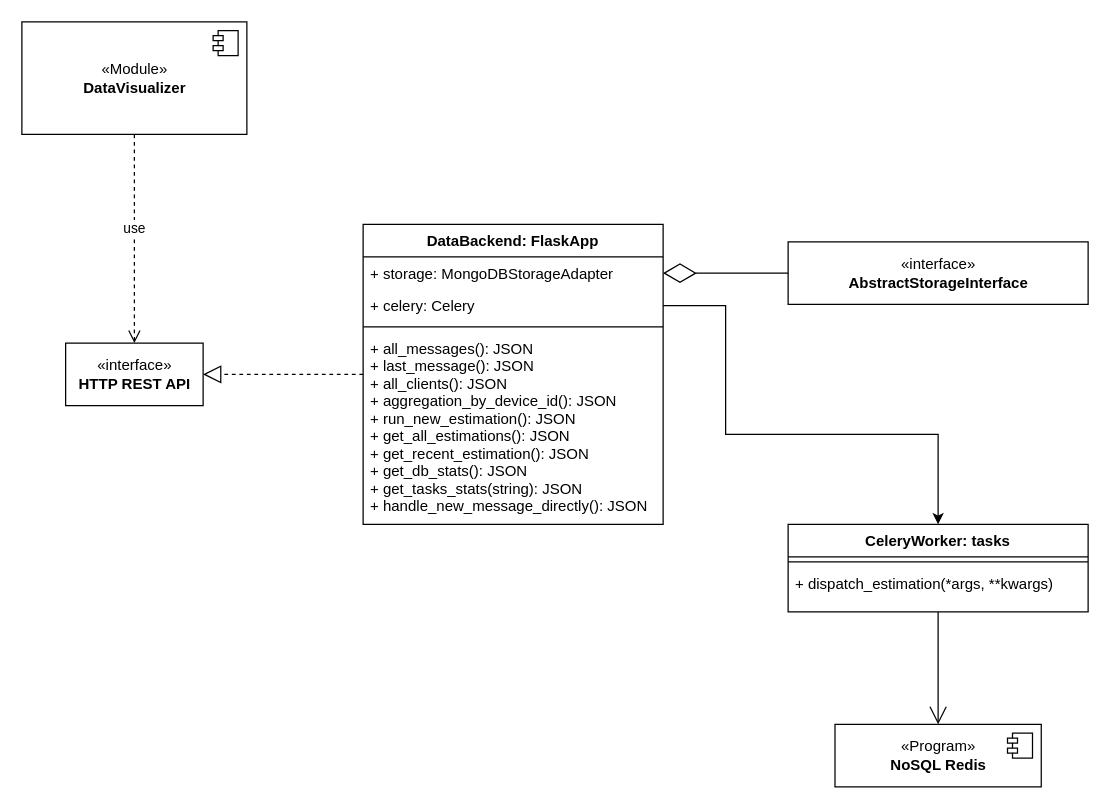
Before: page "ui_subsystem" (4 of 4) of docs/schemes/classes/ClassDiagram.drawio in Kirkirillka/GPS_Tracker, a draw.io diagram. Source tidied: cells renumbered, new cells numbered last; positions are measured from the earlier drawing's top-left corner, leaving out a move shared by most shapes. Both pictures are drawn from the tidied source at 125%, with x=0, y=0 at pixel (21, 21).
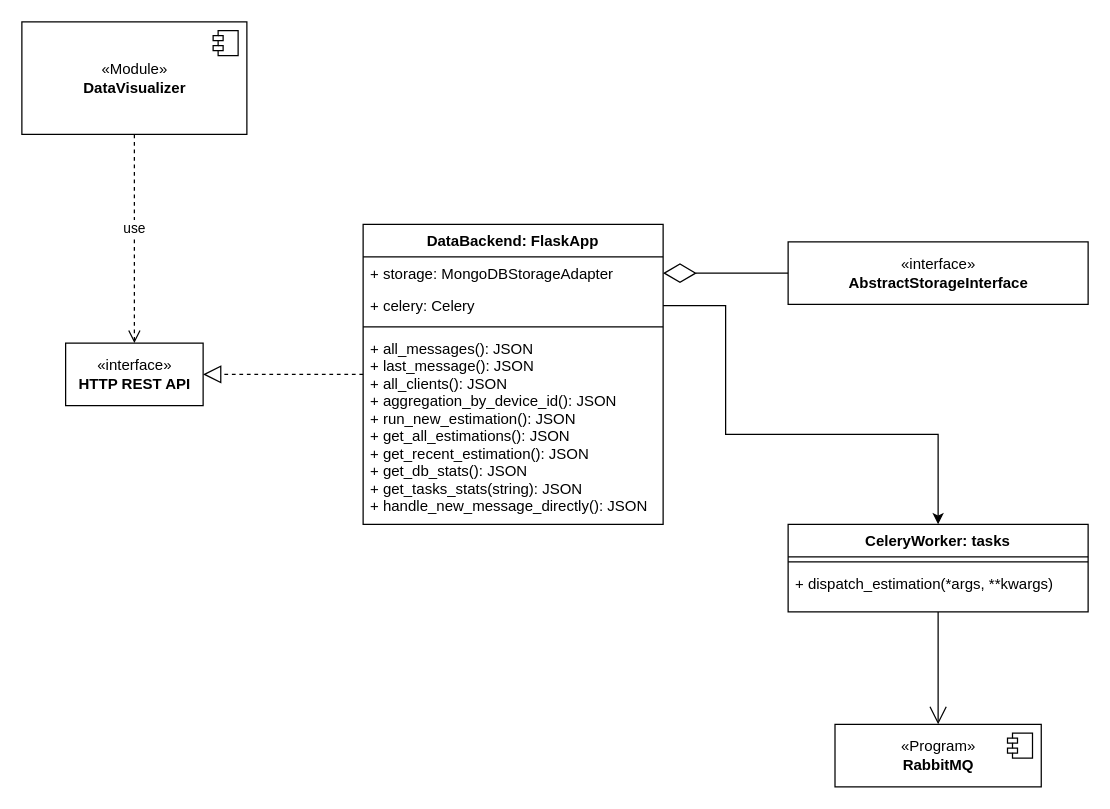
The same diagram, later.

Commit message (it also covers changes not shown here):
RabbitMQ instead of Redis

The edit, as a diff of the source:
```diff
@@
-    <mxCell id="18" value="«Program»&lt;br&gt;&lt;b&gt;NoSQL Redis&lt;/b&gt;" style="html=1;" parent="1" vertex="1">
+    <mxCell id="18" value="«Program»&lt;br&gt;&lt;b&gt;RabbitMQ&lt;/b&gt;" style="html=1;" parent="1" vertex="1">
       <mxGeometry x="650.5" y="562" width="165" height="50" as="geometry" />
     </mxCell>
```
